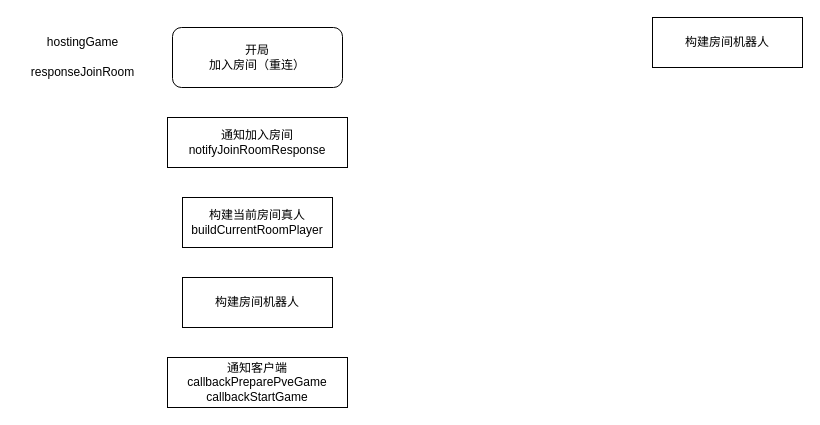
Ordertiny/graph keeps this draw.io diagram as SSJJ2/机器人展示Loading.drawio. Above is the earlier version. Source tidied: cells renumbered, new cells numbered last; positions are measured from the earlier drawing's top-left corner, leaving out a move shared by most shapes. Both pictures are drawn from the tidied source at 100%, with x=0, y=0 at pixel (17, 17).
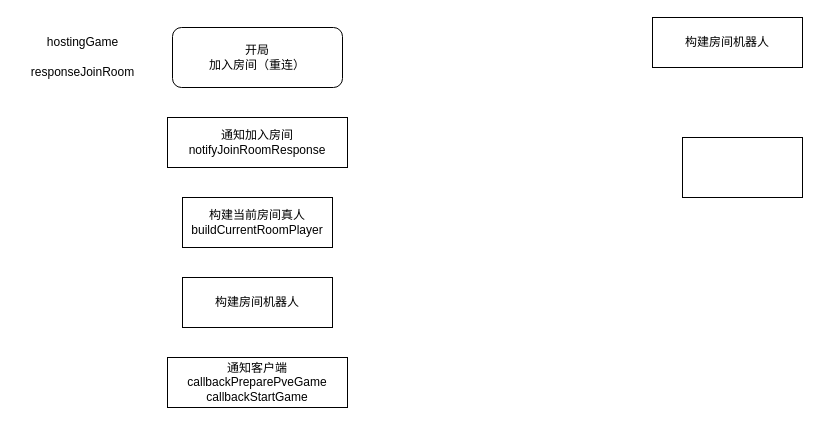
Above is the later version.

Commit message (it also covers changes not shown here):
更新机器人展示Loading.drawio

Change to the diagram source:
```diff
@@
 <mxGraphModel>
   <root>
     <mxCell id="0" />
     <mxCell id="1" parent="0" />
     <mxCell id="2" value="开局&lt;br&gt;加入房间（重连）" style="rounded=1;whiteSpace=wrap;html=1;" parent="1" vertex="1">
       <mxGeometry x="155" y="10" width="170" height="60" as="geometry" />
     </mxCell>
     <mxCell id="3" value="hostingGame" style="text;html=1;align=center;verticalAlign=middle;strokeColor=none;fillColor=none;" parent="1" vertex="1">
       <mxGeometry x="20" y="10" width="90" height="30" as="geometry" />
     </mxCell>
     <mxCell id="4" value="responseJoinRoom" style="text;html=1;align=center;verticalAlign=middle;strokeColor=none;fillColor=none;" parent="1" vertex="1">
       <mxGeometry y="40" width="130" height="30" as="geometry" />
     </mxCell>
     <mxCell id="5" value="通知加入房间&lt;br&gt;notifyJoinRoomResponse" style="whiteSpace=wrap;html=1;" parent="1" vertex="1">
       <mxGeometry x="150" y="100" width="180" height="50" as="geometry" />
     </mxCell>
     <mxCell id="6" value="构建当前房间真人&lt;br&gt;buildCurrentRoomPlayer" style="whiteSpace=wrap;html=1;" parent="1" vertex="1">
       <mxGeometry x="165" y="180" width="150" height="50" as="geometry" />
     </mxCell>
     <mxCell id="7" value="构建房间机器人" style="whiteSpace=wrap;html=1;" parent="1" vertex="1">
       <mxGeometry x="165" y="260" width="150" height="50" as="geometry" />
     </mxCell>
     <mxCell id="8" value="通知客户端&lt;br&gt;callbackPreparePveGame&lt;br&gt;callbackStartGame" style="whiteSpace=wrap;html=1;" parent="1" vertex="1">
       <mxGeometry x="150" y="340" width="180" height="50" as="geometry" />
     </mxCell>
     <mxCell id="9" value="构建房间机器人" style="whiteSpace=wrap;html=1;" parent="1" vertex="1">
       <mxGeometry x="635" width="150" height="50" as="geometry" />
     </mxCell>
+    <mxCell id="10" style="rounded=0;whiteSpace=wrap;html=1;" parent="1" vertex="1">
+      <mxGeometry x="665" y="120" width="120" height="60" as="geometry" />
+    </mxCell>
   </root>
 </mxGraphModel>
```
